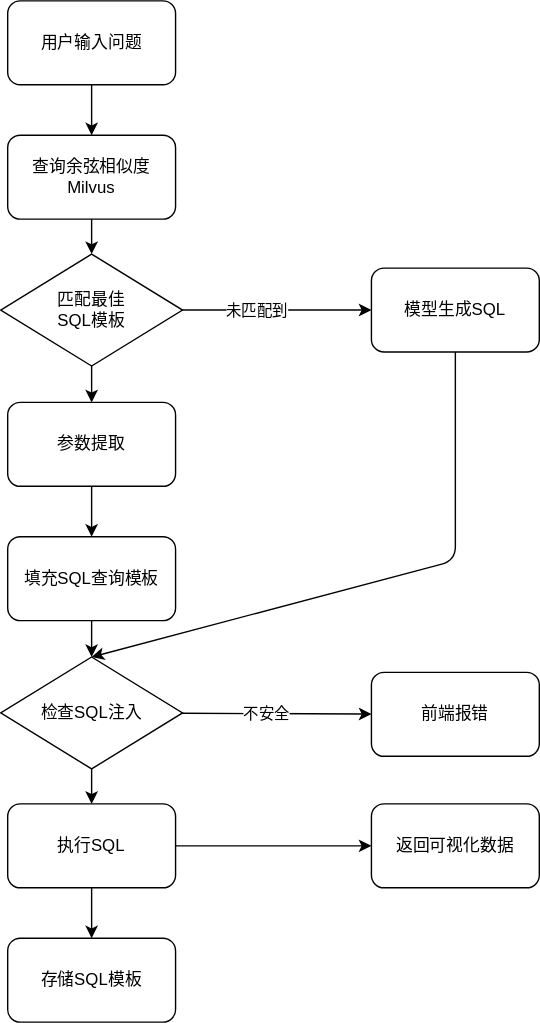
sumingcheng/chat-bi keeps this draw.io diagram as images/chat-bi.svg. Above is the earlier version. Source tidied: cells renumbered, new cells last; positions are measured from the earlier drawing's top-left corner, leaving out a move shared by most shapes.
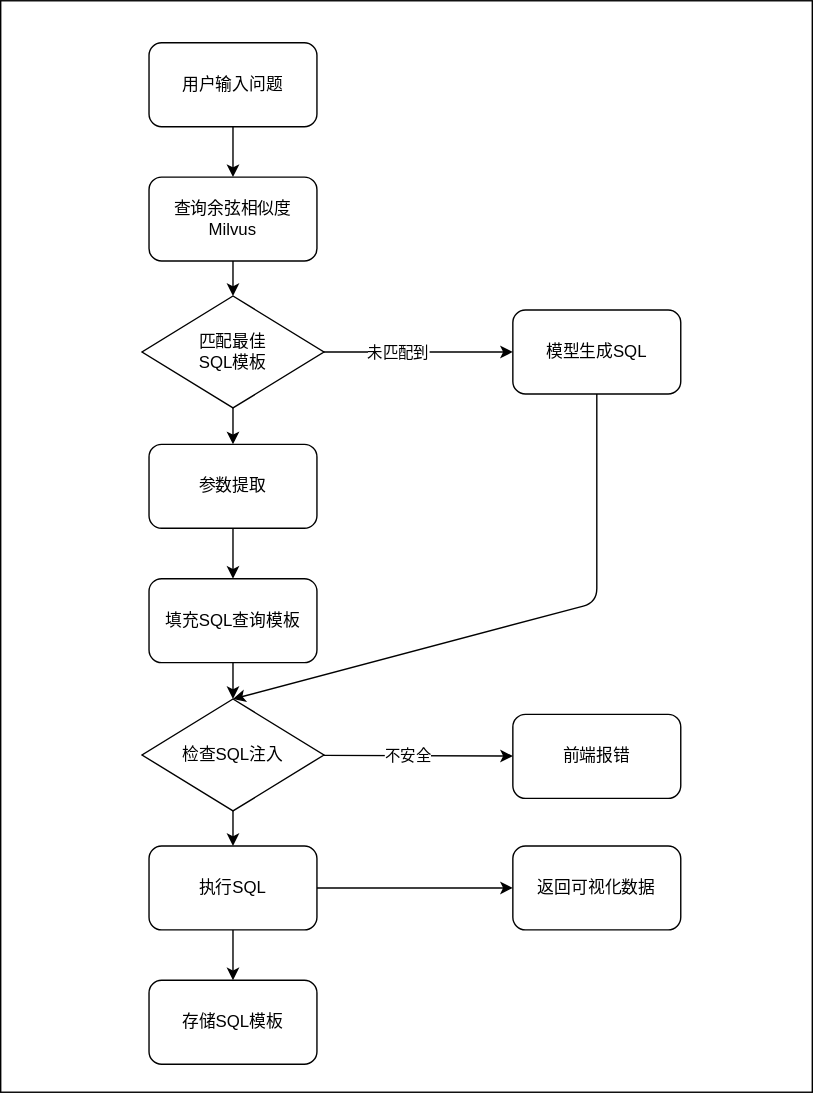
The same file after the commit.

Commit message:
Optimize position of elements in chat-bi.drawio

What changed in the source:
```diff
@@ -2,6 +2,9 @@
   <root>
     <mxCell id="0" />
     <mxCell id="1" parent="0" />
+    <mxCell id="26" style="rounded=0;whiteSpace=wrap;html=1;" parent="1" vertex="1">
+      <mxGeometry x="-101" y="-30" width="580" height="780" as="geometry" />
+    </mxCell>
     <mxCell id="2" style="edgeStyle=none;html=1;" parent="1" edge="1" source="3" target="5">
       <mxGeometry relative="1" as="geometry" />
     </mxCell>
```
